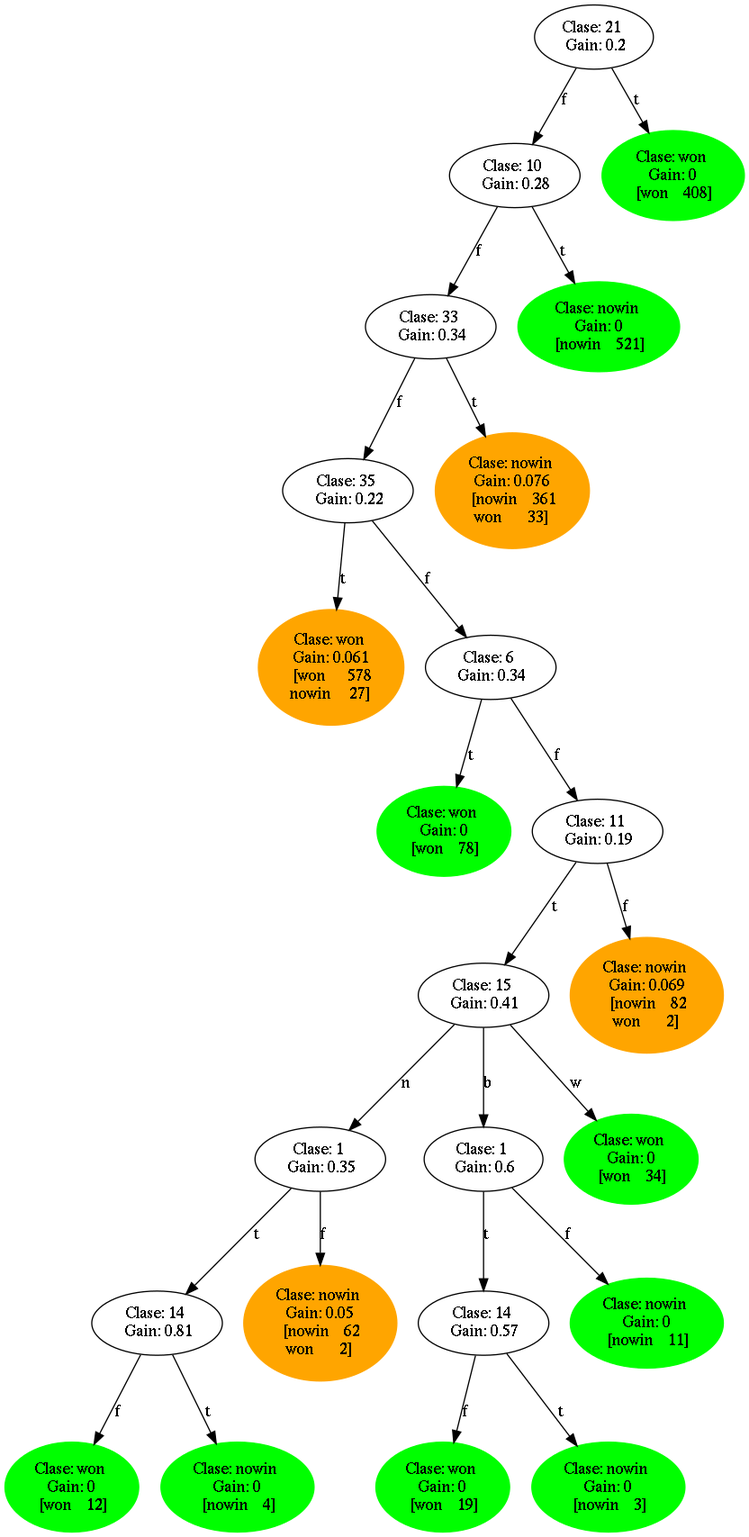
This is test_output/gain.png from AlejandroFNadal/ia_decision_trees, a Graphviz export, as it was before one commit. Its source is kept beside it as test_output/gain.dot.
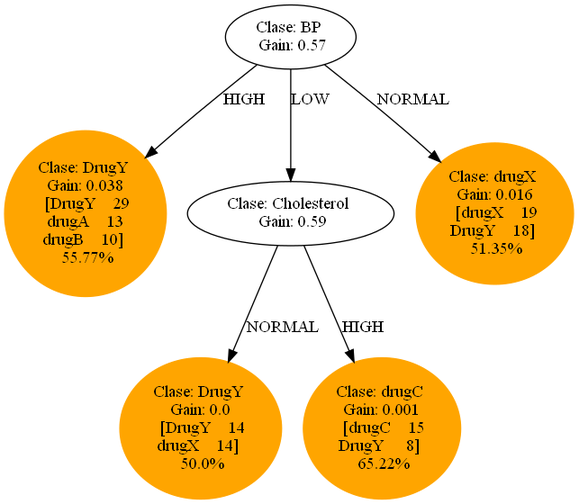
Later version of the same file.

What changed in the source:
```diff
@@ -1,90 +1,32 @@
 digraph {
-	0 [label="Clase: 21
- Gain: 0.2"]
-	1 [label="Clase: 10
- Gain: 0.28"]
-	0 -> 1 [label=f splines=line]
-	2 [label="Clase: 33
- Gain: 0.34"]
-	1 -> 2 [label=f splines=line]
-	3 [label="Clase: 35
- Gain: 0.22"]
-	2 -> 3 [label=f splines=line]
-	4 [label="Clase: won
- Gain: 0.061
- [won      578
-nowin     27]" color=orange style=filled]
-	3 -> 4 [label=t splines=line]
-	5 [label="Clase: 6
- Gain: 0.34"]
-	3 -> 5 [label=f splines=line]
-	6 [label="Clase: won
- Gain: 0
- [won    78]" color=green style=filled]
-	5 -> 6 [label=t splines=line]
-	7 [label="Clase: 11
- Gain: 0.19"]
-	5 -> 7 [label=f splines=line]
-	8 [label="Clase: 15
- Gain: 0.41"]
-	7 -> 8 [label=t splines=line]
-	9 [label="Clase: 1
- Gain: 0.35"]
-	8 -> 9 [label=n splines=line]
-	10 [label="Clase: 14
- Gain: 0.81"]
-	9 -> 10 [label=t splines=line]
-	11 [label="Clase: won
- Gain: 0
- [won    12]" color=green style=filled]
-	10 -> 11 [label=f splines=line]
-	12 [label="Clase: nowin
- Gain: 0
- [nowin    4]" color=green style=filled]
-	10 -> 12 [label=t splines=line]
-	13 [label="Clase: nowin
- Gain: 0.05
- [nowin    62
-won       2]" color=orange style=filled]
-	9 -> 13 [label=f splines=line]
-	14 [label="Clase: 1
- Gain: 0.6"]
-	8 -> 14 [label=b splines=line]
-	15 [label="Clase: 14
+	0 [label="Clase: BP
  Gain: 0.57"]
-	14 -> 15 [label=t splines=line]
-	16 [label="Clase: won
- Gain: 0
- [won    19]" color=green style=filled]
-	15 -> 16 [label=f splines=line]
-	17 [label="Clase: nowin
- Gain: 0
- [nowin    3]" color=green style=filled]
-	15 -> 17 [label=t splines=line]
-	18 [label="Clase: nowin
- Gain: 0
- [nowin    11]" color=green style=filled]
-	14 -> 18 [label=f splines=line]
-	19 [label="Clase: won
- Gain: 0
- [won    34]" color=green style=filled]
-	8 -> 19 [label=w splines=line]
-	20 [label="Clase: nowin
- Gain: 0.069
- [nowin    82
-won       2]" color=orange style=filled]
-	7 -> 20 [label=f splines=line]
-	21 [label="Clase: nowin
- Gain: 0.076
- [nowin    361
-won       33]" color=orange style=filled]
-	2 -> 21 [label=t splines=line]
-	22 [label="Clase: nowin
- Gain: 0
- [nowin    521]" color=green style=filled]
-	1 -> 22 [label=t splines=line]
-	23 [label="Clase: won
- Gain: 0
- [won    408]" color=green style=filled]
-	0 -> 23 [label=t splines=line]
+	1 [label="Clase: DrugY
+ Gain: 0.038
+ [DrugY    29
+drugA    13
+drugB    10]
+ 55.77%" color=orange style=filled]
+	0 -> 1 [label=HIGH splines=line]
+	2 [label="Clase: Cholesterol
+ Gain: 0.59"]
+	0 -> 2 [label=LOW splines=line]
+	3 [label="Clase: DrugY
+ Gain: 0.0
+ [DrugY    14
+drugX    14]
+ 50.0%" color=orange style=filled]
+	2 -> 3 [label=NORMAL splines=line]
+	4 [label="Clase: drugC
+ Gain: 0.001
+ [drugC    15
+DrugY     8]
+ 65.22%" color=orange style=filled]
+	2 -> 4 [label=HIGH splines=line]
+	5 [label="Clase: drugX
+ Gain: 0.016
+ [drugX    19
+DrugY    18]
+ 51.35%" color=orange style=filled]
+	0 -> 5 [label=NORMAL splines=line]
 }
```
